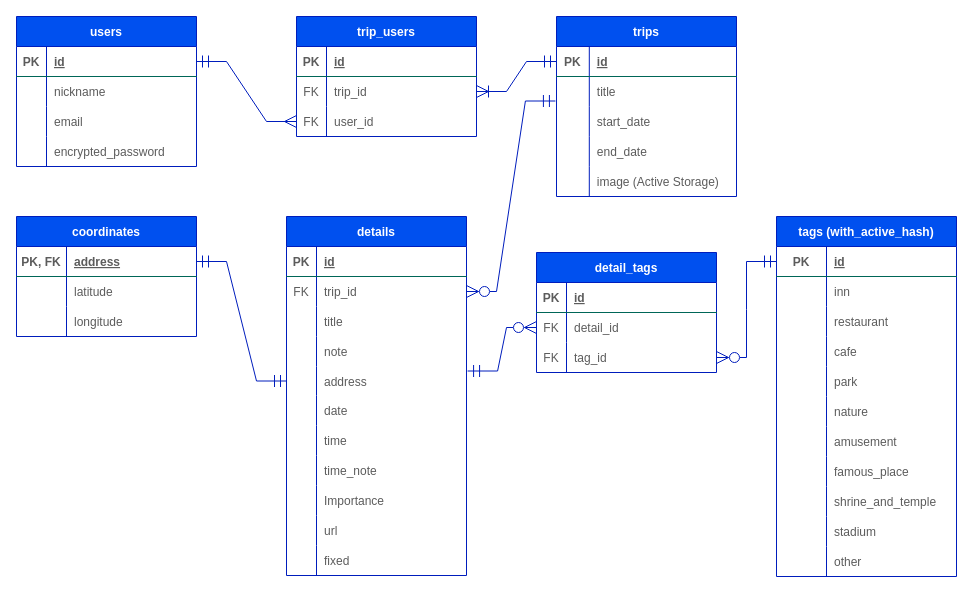
This is .dio from satomi46/trip_maker, a draw.io file, before an edit. Source tidied: cells renumbered, new cells numbered last; positions are measured from the earlier drawing's top-left corner, leaving out a move shared by most shapes. Both pictures are drawn from the tidied source at 100%, with x=0, y=0 at pixel (16, 16).
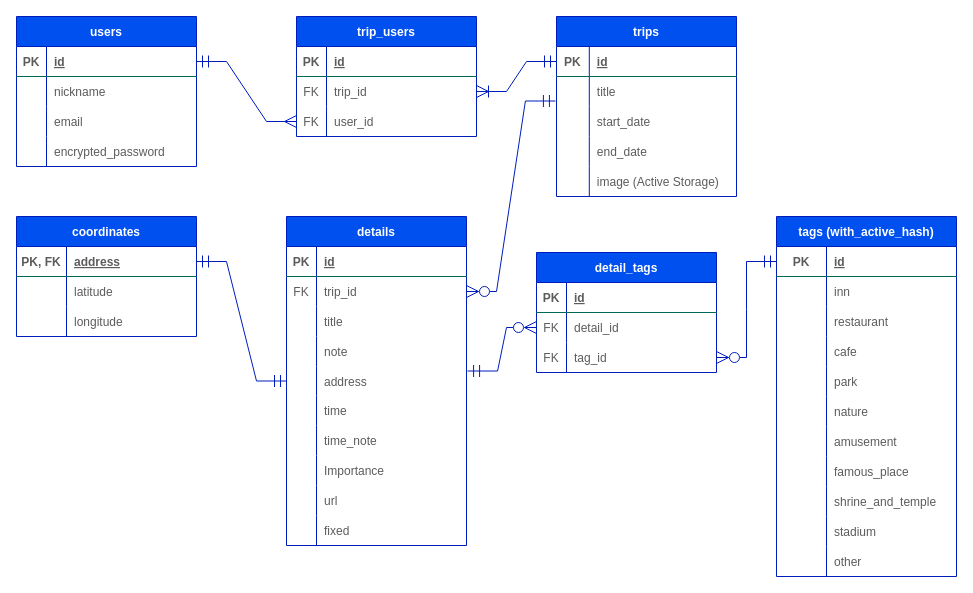
The same diagram, later.

Diff of the diagram source:
```diff
@@
     <mxCell id="41" value="details" style="shape=table;startSize=30;childLayout=tableLayout;rowLines=0;fontStyle=1;align=center;rounded=0;fillColor=#0050ef;strokeColor=#001DBC;fontColor=#ffffff;fixDash=0;" parent="1" vertex="1">
-      <mxGeometry x="270" y="200" width="180" height="359" as="geometry" />
+      <mxGeometry x="270" y="200" width="180" height="329" as="geometry" />
     </mxCell>
@@
-    <mxCell id="57" style="shape=tableRow;horizontal=0;startSize=0;swimlaneHead=0;swimlaneBody=0;fillColor=none;top=0;left=0;right=0;bottom=0;rounded=0;strokeColor=#006658;fontColor=#5C5C5C;" parent="41" vertex="1">
-      <mxGeometry y="179" width="180" height="30" as="geometry" />
-    </mxCell>
-    <mxCell id="58" style="shape=partialRectangle;fillColor=none;top=0;left=0;bottom=0;right=0;overflow=hidden;rounded=0;strokeColor=#006658;fontColor=#5C5C5C;" parent="57" vertex="1">
-      <mxGeometry width="30" height="30" as="geometry" />
-    </mxCell>
-    <mxCell id="59" value="date" style="shape=partialRectangle;fillColor=none;top=0;left=0;bottom=0;right=0;align=left;spacingLeft=6;overflow=hidden;rounded=0;strokeColor=#006658;fontColor=#5C5C5C;" parent="57" vertex="1">
-      <mxGeometry x="30" width="150" height="30" as="geometry" />
-    </mxCell>
     <mxCell id="60" style="shape=tableRow;horizontal=0;startSize=0;swimlaneHead=0;swimlaneBody=0;fillColor=none;top=0;left=0;right=0;bottom=0;rounded=0;strokeColor=#006658;fontColor=#5C5C5C;" parent="41" vertex="1">
-      <mxGeometry y="209" width="180" height="30" as="geometry" />
+      <mxGeometry y="179" width="180" height="30" as="geometry" />
     </mxCell>
@@
     <mxCell id="63" style="shape=tableRow;horizontal=0;startSize=0;swimlaneHead=0;swimlaneBody=0;fillColor=none;top=0;left=0;right=0;bottom=0;rounded=0;strokeColor=#006658;fontColor=#5C5C5C;" parent="41" vertex="1">
-      <mxGeometry y="239" width="180" height="30" as="geometry" />
+      <mxGeometry y="209" width="180" height="30" as="geometry" />
     </mxCell>
@@
     <mxCell id="66" style="shape=tableRow;horizontal=0;startSize=0;swimlaneHead=0;swimlaneBody=0;fillColor=none;top=0;left=0;right=0;bottom=0;rounded=0;strokeColor=#006658;fontColor=#5C5C5C;" parent="41" vertex="1">
-      <mxGeometry y="269" width="180" height="30" as="geometry" />
+      <mxGeometry y="239" width="180" height="30" as="geometry" />
     </mxCell>
@@
     <mxCell id="69" style="shape=tableRow;horizontal=0;startSize=0;swimlaneHead=0;swimlaneBody=0;fillColor=none;top=0;left=0;right=0;bottom=0;rounded=0;strokeColor=#006658;fontColor=#5C5C5C;" parent="41" vertex="1">
-      <mxGeometry y="299" width="180" height="30" as="geometry" />
+      <mxGeometry y="269" width="180" height="30" as="geometry" />
     </mxCell>
@@
     <mxCell id="72" style="shape=tableRow;horizontal=0;startSize=0;swimlaneHead=0;swimlaneBody=0;fillColor=none;top=0;left=0;right=0;bottom=0;rounded=0;strokeColor=#006658;fontColor=#5C5C5C;" parent="41" vertex="1">
-      <mxGeometry y="329" width="180" height="30" as="geometry" />
+      <mxGeometry y="299" width="180" height="30" as="geometry" />
     </mxCell>
```
